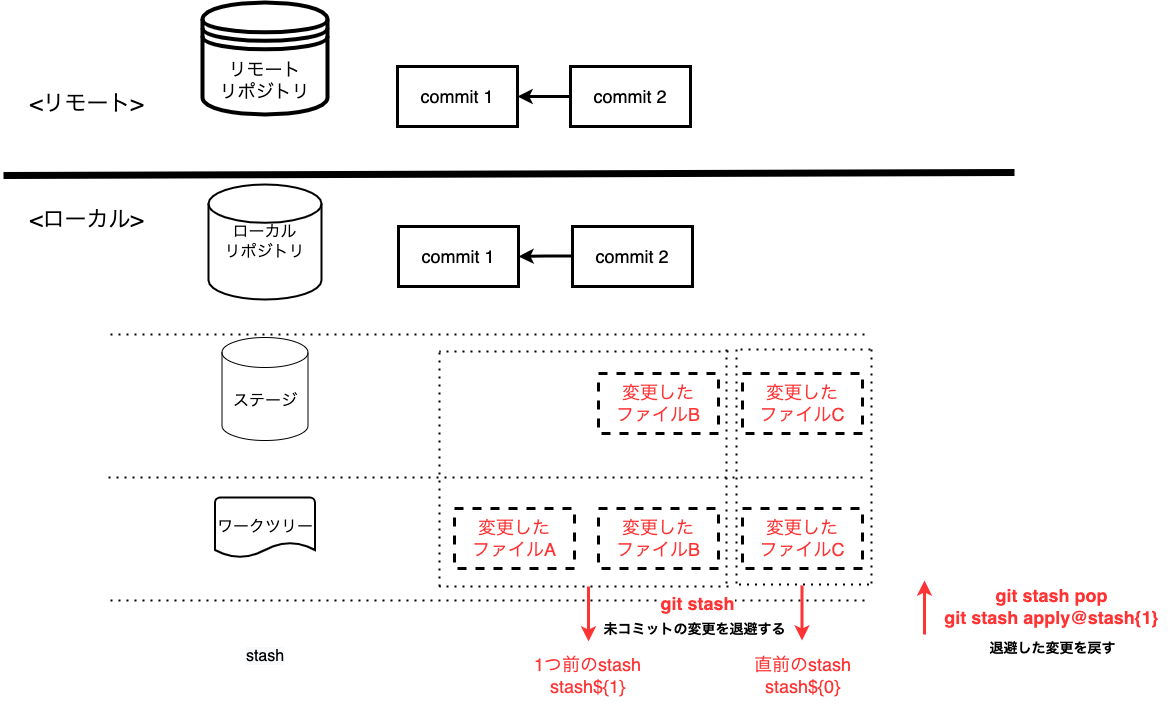
Above: assets/image/Git勉強会_コマンドイメージ図-stash.drawio.png in irongineer/learning-git-for-team (draw.io), before the change. Source tidied: cells renumbered, new cells last; positions are measured from the earlier drawing's top-left corner, leaving out a move shared by most shapes.
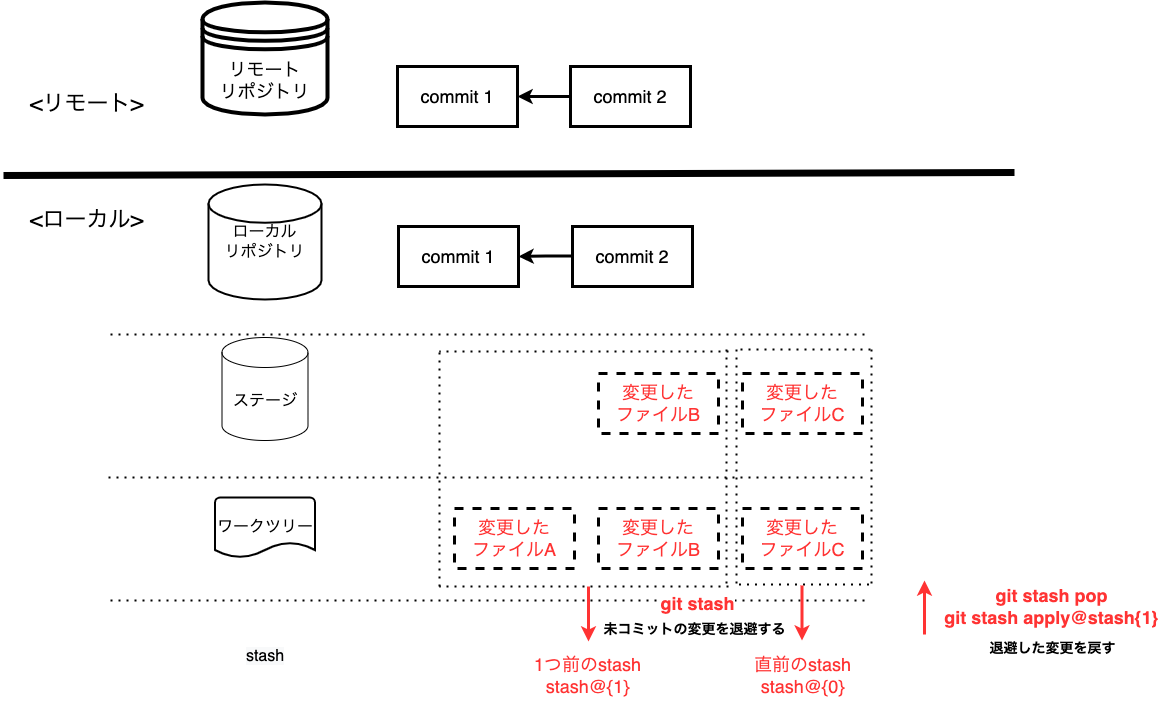
Later version of the same file.

Change to the diagram source:
```diff
@@ -147,10 +147,10 @@
         <mxPoint x="798.5" y="638" as="targetPoint" />
       </mxGeometry>
     </mxCell>
-    <mxCell id="35" value="&lt;font face=&quot;helvetica&quot;&gt;&lt;span style=&quot;font-size: 18px&quot;&gt;1つ前のstash&lt;br&gt;stash${1}&lt;br&gt;&lt;br&gt;&lt;/span&gt;&lt;/font&gt;" style="text;whiteSpace=wrap;html=1;fontSize=15;fontColor=#FF3333;align=center;" parent="1" vertex="1">
+    <mxCell id="35" value="&lt;font face=&quot;helvetica&quot;&gt;&lt;span style=&quot;font-size: 18px&quot;&gt;1つ前のstash&lt;br&gt;stash@{1}&lt;br&gt;&lt;br&gt;&lt;/span&gt;&lt;/font&gt;" style="text;whiteSpace=wrap;html=1;fontSize=15;fontColor=#FF3333;align=center;" parent="1" vertex="1">
       <mxGeometry x="522" y="645" width="125" height="52" as="geometry" />
     </mxCell>
-    <mxCell id="36" value="&lt;font face=&quot;helvetica&quot;&gt;&lt;span style=&quot;font-size: 18px&quot;&gt;直前のstash&lt;br&gt;stash${0}&lt;br&gt;&lt;br&gt;&lt;/span&gt;&lt;/font&gt;" style="text;whiteSpace=wrap;html=1;fontSize=15;fontColor=#FF3333;align=center;" parent="1" vertex="1">
+    <mxCell id="36" value="&lt;font face=&quot;helvetica&quot;&gt;&lt;span style=&quot;font-size: 18px&quot;&gt;直前のstash&lt;br&gt;stash@{0}&lt;br&gt;&lt;br&gt;&lt;/span&gt;&lt;/font&gt;" style="text;whiteSpace=wrap;html=1;fontSize=15;fontColor=#FF3333;align=center;" parent="1" vertex="1">
       <mxGeometry x="736.5" y="645" width="125" height="52" as="geometry" />
     </mxCell>
     <mxCell id="37" value="&lt;font color=&quot;#ff3333&quot;&gt;&lt;b&gt;git stash&lt;/b&gt;&lt;/font&gt;" style="edgeLabel;html=1;align=center;verticalAlign=middle;fontSize=18;" parent="1" vertex="1">
```
